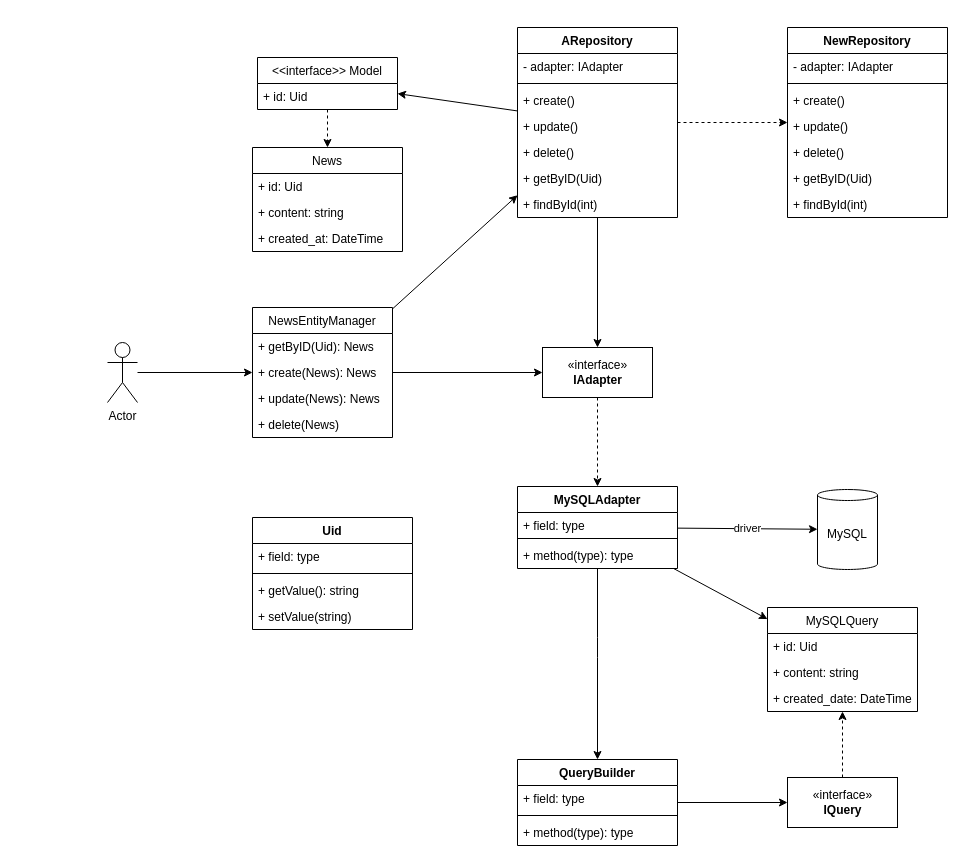
Before: diag.drawio in Nimajjj/orm, a draw.io diagram. Source tidied: cells renumbered, new cells numbered last; positions are measured from the earlier drawing's top-left corner, leaving out a move shared by most shapes. Both pictures are drawn from the tidied source at 100%, with x=0, y=0 at pixel (107, 27).
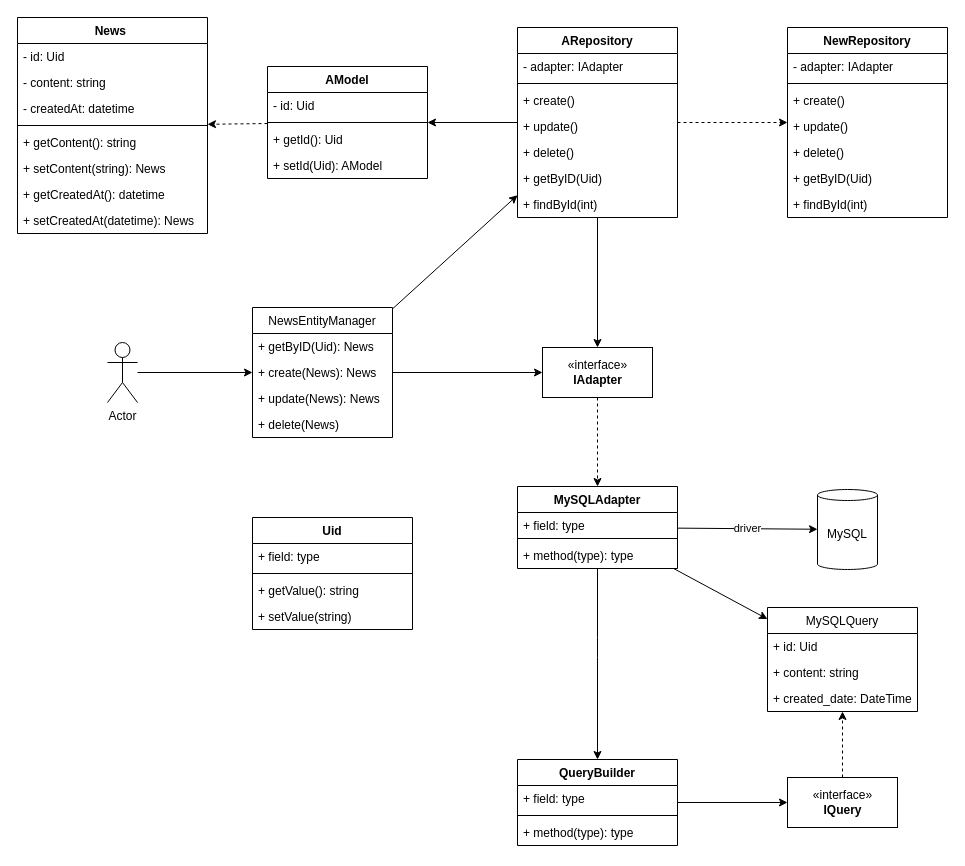
The same page after the edit.

The change refers to these unchanged cells:
```xml
<mxCell id="4" value="ARepository" style="swimlane;fontStyle=1;align=center;verticalAlign=top;horizontal=1;startSize=26;" parent="1" vertex="1">
  <mxGeometry x="410" width="160" height="190" as="geometry" />
</mxCell>
```

Change to the diagram source:
```diff
@@
-    <mxCell id="23" style="edgeStyle=none;html=1;dashed=1;" parent="1" edge="1" source="24" target="27">
-      <mxGeometry relative="1" as="geometry" />
-    </mxCell>
-    <mxCell id="24" value="&lt;&lt;interface&gt;&gt; Model" style="swimlane;fontStyle=0;horizontal=1;startSize=26;fillColor=none;" parent="1" vertex="1">
-      <mxGeometry x="150" y="30" width="140" height="52" as="geometry" />
-    </mxCell>
-    <mxCell id="25" value="+ id: Uid" style="text;strokeColor=none;fillColor=none;align=left;verticalAlign=top;spacingLeft=4;spacingRight=4;overflow=hidden;" parent="24" vertex="1">
-      <mxGeometry y="26" width="140" height="26" as="geometry" />
-    </mxCell>
-    <mxCell id="26" style="edgeStyle=none;html=1;" parent="1" edge="1" source="4" target="24">
+    <mxCell id="26" style="edgeStyle=none;html=1;" parent="1" edge="1" source="4" target="73">
       <mxGeometry relative="1" as="geometry" />
     </mxCell>
-    <mxCell id="27" value="News" style="swimlane;fontStyle=0;horizontal=1;startSize=26;fillColor=none;" parent="1" vertex="1">
-      <mxGeometry x="145" y="120" width="150" height="104" as="geometry" />
-    </mxCell>
-    <mxCell id="28" value="+ id: Uid" style="text;strokeColor=none;fillColor=none;align=left;verticalAlign=top;spacingLeft=4;spacingRight=4;overflow=hidden;" parent="27" vertex="1">
-      <mxGeometry y="26" width="150" height="26" as="geometry" />
-    </mxCell>
-    <mxCell id="29" value="+ content: string" style="text;strokeColor=none;fillColor=none;align=left;verticalAlign=top;spacingLeft=4;spacingRight=4;overflow=hidden;" parent="27" vertex="1">
-      <mxGeometry y="52" width="150" height="26" as="geometry" />
-    </mxCell>
-    <mxCell id="30" value="+ created_at: DateTime" style="text;strokeColor=none;fillColor=none;align=left;verticalAlign=top;spacingLeft=4;spacingRight=4;overflow=hidden;" parent="27" vertex="1">
-      <mxGeometry y="78" width="150" height="26" as="geometry" />
-    </mxCell>
@@
+    <mxCell id="27" value="News " style="swimlane;fontStyle=1;align=center;verticalAlign=top;horizontal=1;startSize=26;" parent="1" vertex="1">
+      <mxGeometry x="-90" y="-10" width="190" height="216" as="geometry" />
+    </mxCell>
+    <mxCell id="64" value="- id: Uid" style="text;strokeColor=none;fillColor=none;align=left;verticalAlign=top;spacingLeft=4;spacingRight=4;overflow=hidden;" parent="27" vertex="1">
+      <mxGeometry y="26" width="190" height="26" as="geometry" />
+    </mxCell>
+    <mxCell id="65" value="- content: string" style="text;strokeColor=none;fillColor=none;align=left;verticalAlign=top;spacingLeft=4;spacingRight=4;overflow=hidden;" parent="27" vertex="1">
+      <mxGeometry y="52" width="190" height="26" as="geometry" />
+    </mxCell>
+    <mxCell id="66" value="- createdAt: datetime" style="text;strokeColor=none;fillColor=none;align=left;verticalAlign=top;spacingLeft=4;spacingRight=4;overflow=hidden;" parent="27" vertex="1">
+      <mxGeometry y="78" width="190" height="26" as="geometry" />
+    </mxCell>
+    <mxCell id="67" style="line;strokeWidth=1;fillColor=none;align=left;verticalAlign=middle;spacingTop=-1;spacingLeft=3;spacingRight=3;labelPosition=right;strokeColor=inherit;" parent="27" vertex="1">
+      <mxGeometry y="104" width="190" height="8" as="geometry" />
+    </mxCell>
+    <mxCell id="68" value="+ getContent(): string" style="text;strokeColor=none;fillColor=none;align=left;verticalAlign=top;spacingLeft=4;spacingRight=4;overflow=hidden;" parent="27" vertex="1">
+      <mxGeometry y="112" width="190" height="26" as="geometry" />
+    </mxCell>
+    <mxCell id="69" value="+ setContent(string): News" style="text;strokeColor=none;fillColor=none;align=left;verticalAlign=top;spacingLeft=4;spacingRight=4;overflow=hidden;" parent="27" vertex="1">
+      <mxGeometry y="138" width="190" height="26" as="geometry" />
+    </mxCell>
+    <mxCell id="70" value="+ getCreatedAt(): datetime" style="text;strokeColor=none;fillColor=none;align=left;verticalAlign=top;spacingLeft=4;spacingRight=4;overflow=hidden;" parent="27" vertex="1">
+      <mxGeometry y="164" width="190" height="26" as="geometry" />
+    </mxCell>
+    <mxCell id="71" value="+ setCreatedAt(datetime): News" style="text;strokeColor=none;fillColor=none;align=left;verticalAlign=top;spacingLeft=4;spacingRight=4;overflow=hidden;" parent="27" vertex="1">
+      <mxGeometry y="190" width="190" height="26" as="geometry" />
+    </mxCell>
+    <mxCell id="72" style="edgeStyle=none;html=1;dashed=1;" parent="1" edge="1" source="73" target="27">
+      <mxGeometry relative="1" as="geometry" />
+    </mxCell>
+    <mxCell id="73" value="AModel" style="swimlane;fontStyle=1;align=center;verticalAlign=top;horizontal=1;startSize=26;" parent="1" vertex="1">
+      <mxGeometry x="160" y="39" width="160" height="112" as="geometry" />
+    </mxCell>
+    <mxCell id="74" value="- id: Uid" style="text;strokeColor=none;fillColor=none;align=left;verticalAlign=top;spacingLeft=4;spacingRight=4;overflow=hidden;" parent="73" vertex="1">
+      <mxGeometry y="26" width="160" height="26" as="geometry" />
+    </mxCell>
+    <mxCell id="75" style="line;strokeWidth=1;fillColor=none;align=left;verticalAlign=middle;spacingTop=-1;spacingLeft=3;spacingRight=3;labelPosition=right;strokeColor=inherit;" parent="73" vertex="1">
+      <mxGeometry y="52" width="160" height="8" as="geometry" />
+    </mxCell>
+    <mxCell id="76" value="+ getId(): Uid" style="text;strokeColor=none;fillColor=none;align=left;verticalAlign=top;spacingLeft=4;spacingRight=4;overflow=hidden;" parent="73" vertex="1">
+      <mxGeometry y="60" width="160" height="26" as="geometry" />
+    </mxCell>
+    <mxCell id="77" value="+ setId(Uid): AModel" style="text;strokeColor=none;fillColor=none;align=left;verticalAlign=top;spacingLeft=4;spacingRight=4;overflow=hidden;" parent="73" vertex="1">
+      <mxGeometry y="86" width="160" height="26" as="geometry" />
+    </mxCell>
```
